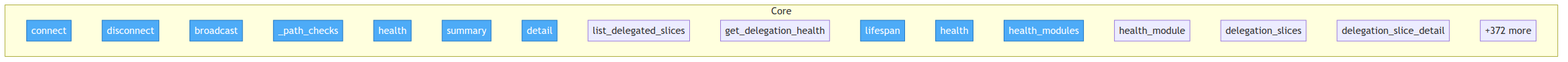
semcod/protos keeps this Mermaid diagram as project/flow.png. Above is the earlier version. Its source is kept beside it as project/flow.mmd.
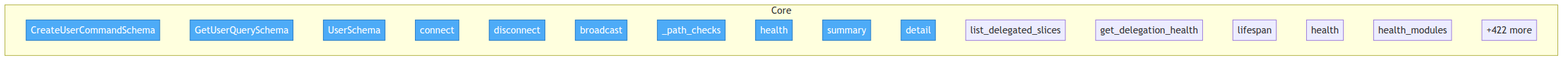
Above is the later version.

Change to the diagram source:
```diff
@@ -3,6 +3,9 @@
     classDef entry fill:#4dabf7,stroke:#1971c2,color:#fff
 
     subgraph Core
+        generated__ts__zod__user_v1__CreateUserCommandSchema["CreateUserCommandSchema"]
+        generated__ts__zod__user_v1__GetUserQuerySchema["GetUserQuerySchema"]
+        generated__ts__zod__user_v1__UserSchema["UserSchema"]
         gateway__ws__ConnectionManager__connect["connect"]
         gateway__ws__ConnectionManager__disconnect["disconnect"]
         gateway__ws__ConnectionManager__broadcast["broadcast"]
@@ -15,10 +18,7 @@
         gateway__main__lifespan["lifespan"]
         gateway__main__health["health"]
         gateway__main__health_modules["health_modules"]
-        gateway__main__health_module["health_module"]
-        gateway__main__delegation_slices["delegation_slices"]
-        gateway__main__delegation_slice_detail["delegation_slice_detail"]
-        ...["+372 more"]
+        ...["+422 more"]
     end
 
-    class gateway__ws__ConnectionManager__connect,gateway__ws__ConnectionManager__disconnect,gateway__ws__ConnectionManager__broadcast,gateway__delegation__DelegatedSlice___path_checks,gateway__delegation__DelegatedSlice__health,gateway__delegation__DelegatedSlice__summary,gateway__delegation__DelegatedSlice__detail,gateway__main__lifespan,gateway__main__health,gateway__main__health_modules entry
+    class generated__ts__zod__user_v1__CreateUserCommandSchema,generated__ts__zod__user_v1__GetUserQuerySchema,generated__ts__zod__user_v1__UserSchema,gateway__ws__ConnectionManager__connect,gateway__ws__ConnectionManager__disconnect,gateway__ws__ConnectionManager__broadcast,gateway__delegation__DelegatedSlice___path_checks,gateway__delegation__DelegatedSlice__health,gateway__delegation__DelegatedSlice__summary,gateway__delegation__DelegatedSlice__detail entry
```
